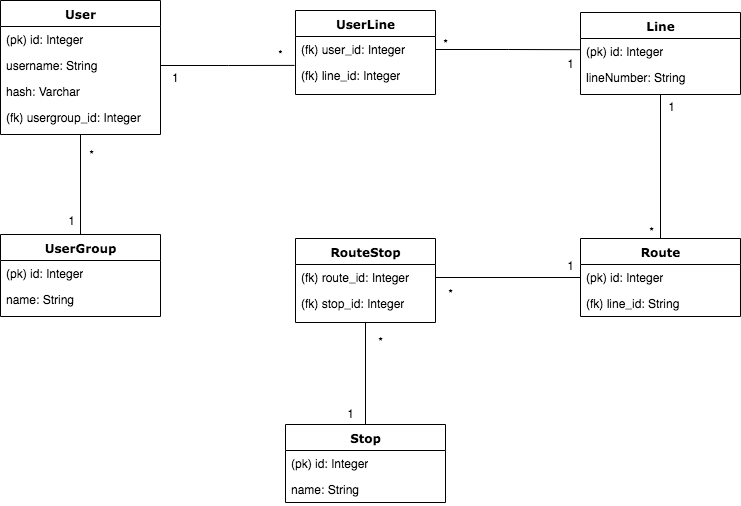
NiinaM/reitit keeps this draw.io diagram as documentation/tietokantakaavio.png. Above is the earlier version. Source tidied: cells renumbered, new cells last; positions are measured from the earlier drawing's top-left corner, leaving out a move shared by most shapes.
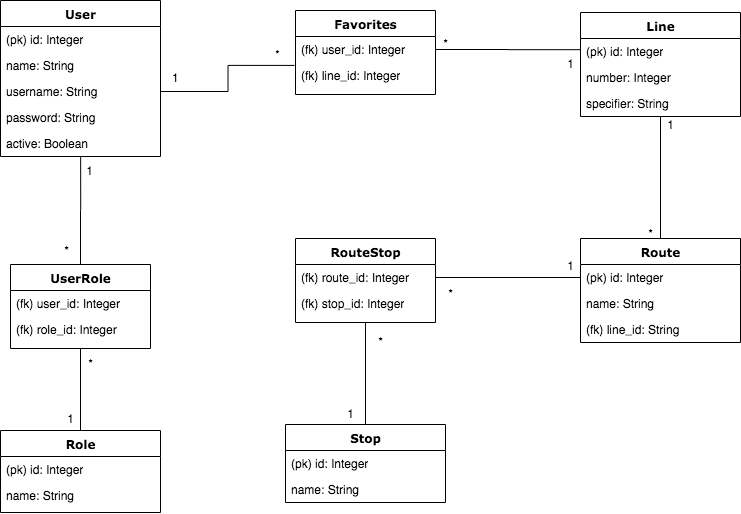
The same diagram one commit later.

The edit, as a diff of the source:
```diff
@@ -3,20 +3,23 @@
     <mxCell id="0" />
     <mxCell id="1" parent="0" />
     <mxCell id="2" value="User" style="swimlane;html=1;fontStyle=1;align=center;verticalAlign=top;horizontal=1;startSize=26;swimlaneFillColor=#ffffff;rounded=0;shadow=0;comic=0;labelBackgroundColor=none;strokeWidth=1;fillColor=none;fontFamily=Verdana;fontSize=12;" parent="1" vertex="1">
-      <mxGeometry width="160" height="134" as="geometry" />
+      <mxGeometry width="160" height="156" as="geometry" />
     </mxCell>
     <mxCell id="3" value="(pk) id: Integer" style="text;html=1;strokeColor=none;fillColor=none;align=left;verticalAlign=top;spacingLeft=4;spacingRight=4;whiteSpace=wrap;overflow=hidden;" parent="2" vertex="1">
       <mxGeometry y="26" width="160" height="26" as="geometry" />
     </mxCell>
+    <mxCell id="42" value="&lt;div&gt;name: String&lt;/div&gt;" style="text;html=1;strokeColor=none;fillColor=none;align=left;verticalAlign=top;spacingLeft=4;spacingRight=4;whiteSpace=wrap;overflow=hidden;" parent="2" vertex="1">
+      <mxGeometry y="52" width="160" height="26" as="geometry" />
+    </mxCell>
     <mxCell id="4" value="&lt;div&gt;username: String&lt;/div&gt;" style="text;html=1;strokeColor=none;fillColor=none;align=left;verticalAlign=top;spacingLeft=4;spacingRight=4;whiteSpace=wrap;overflow=hidden;points=[[0,0.5],[1,0.5]];portConstraint=eastwest;" parent="2" vertex="1">
-      <mxGeometry y="52" width="160" height="26" as="geometry" />
+      <mxGeometry y="78" width="160" height="26" as="geometry" />
     </mxCell>
+    <mxCell id="43" value="password: String" style="text;html=1;strokeColor=none;fillColor=none;align=left;verticalAlign=top;spacingLeft=4;spacingRight=4;whiteSpace=wrap;overflow=hidden;" parent="2" vertex="1">
+      <mxGeometry y="104" width="160" height="26" as="geometry" />
+    </mxCell>
-    <mxCell id="5" value="hash: Varchar" style="text;html=1;strokeColor=none;fillColor=none;align=left;verticalAlign=top;spacingLeft=4;spacingRight=4;whiteSpace=wrap;overflow=hidden;points=[[0,0.5],[1,0.5]];portConstraint=eastwest;" parent="2" vertex="1">
-      <mxGeometry y="78" width="160" height="26" as="geometry" />
+    <mxCell id="5" value="active: Boolean" style="text;html=1;strokeColor=none;fillColor=none;align=left;verticalAlign=top;spacingLeft=4;spacingRight=4;whiteSpace=wrap;overflow=hidden;points=[[0,0.5],[1,0.5]];portConstraint=eastwest;" parent="2" vertex="1">
+      <mxGeometry y="130" width="160" height="26" as="geometry" />
     </mxCell>
-    <mxCell id="6" value="(fk) usergroup_id: Integer" style="text;html=1;strokeColor=none;fillColor=none;align=left;verticalAlign=top;spacingLeft=4;spacingRight=4;whiteSpace=wrap;overflow=hidden;" parent="2" vertex="1">
-      <mxGeometry y="104" width="160" height="26" as="geometry" />
-    </mxCell>
     <mxCell id="7" style="edgeStyle=orthogonalEdgeStyle;rounded=0;jettySize=auto;html=1;exitX=0.5;exitY=1;exitDx=0;exitDy=0;entryX=0.5;entryY=0;entryDx=0;entryDy=0;endArrow=none;endFill=0;" parent="1" edge="1" source="10" target="25">
       <mxGeometry relative="1" as="geometry" />
     </mxCell>
@@ -31,13 +34,16 @@
       </mxGeometry>
     </mxCell>
     <mxCell id="10" value="Line" style="swimlane;html=1;fontStyle=1;align=center;verticalAlign=top;horizontal=1;startSize=26;swimlaneFillColor=#ffffff;rounded=0;shadow=0;comic=0;labelBackgroundColor=none;strokeWidth=1;fillColor=none;fontFamily=Verdana;fontSize=12;" parent="1" vertex="1">
-      <mxGeometry x="580" y="12" width="160" height="82" as="geometry" />
+      <mxGeometry x="580" y="12" width="160" height="104" as="geometry" />
     </mxCell>
     <mxCell id="11" value="(pk) id: Integer" style="text;html=1;strokeColor=none;fillColor=none;align=left;verticalAlign=top;spacingLeft=4;spacingRight=4;whiteSpace=wrap;overflow=hidden;" parent="10" vertex="1">
       <mxGeometry y="26" width="160" height="26" as="geometry" />
     </mxCell>
+    <mxCell id="44" value="&lt;div&gt;number: Integer&lt;/div&gt;" style="text;html=1;strokeColor=none;fillColor=none;align=left;verticalAlign=top;spacingLeft=4;spacingRight=4;whiteSpace=wrap;overflow=hidden;" parent="10" vertex="1">
+      <mxGeometry y="52" width="160" height="26" as="geometry" />
+    </mxCell>
-    <mxCell id="12" value="&lt;div&gt;lineNumber: String&lt;/div&gt;" style="text;html=1;strokeColor=none;fillColor=none;align=left;verticalAlign=top;spacingLeft=4;spacingRight=4;whiteSpace=wrap;overflow=hidden;" parent="10" vertex="1">
-      <mxGeometry y="52" width="160" height="26" as="geometry" />
+    <mxCell id="12" value="&lt;div&gt;specifier: String&lt;/div&gt;" style="text;html=1;strokeColor=none;fillColor=none;align=left;verticalAlign=top;spacingLeft=4;spacingRight=4;whiteSpace=wrap;overflow=hidden;" parent="10" vertex="1">
+      <mxGeometry y="78" width="160" height="26" as="geometry" />
     </mxCell>
     <mxCell id="13" style="edgeStyle=orthogonalEdgeStyle;rounded=0;jettySize=auto;html=1;exitX=0.5;exitY=0;exitDx=0;exitDy=0;entryX=0.5;entryY=1;entryDx=0;entryDy=0;endArrow=none;endFill=0;" parent="1" edge="1" source="14" target="28">
       <mxGeometry relative="1" as="geometry" />
@@ -51,7 +57,7 @@
     <mxCell id="16" value="name: String" style="text;html=1;strokeColor=none;fillColor=none;align=left;verticalAlign=top;spacingLeft=4;spacingRight=4;whiteSpace=wrap;overflow=hidden;" parent="14" vertex="1">
       <mxGeometry y="52" width="160" height="26" as="geometry" />
     </mxCell>
-    <mxCell id="17" value="&lt;div&gt;UserLine&lt;/div&gt;" style="swimlane;html=1;fontStyle=1;align=center;verticalAlign=top;horizontal=1;startSize=26;swimlaneFillColor=#ffffff;rounded=0;shadow=0;comic=0;labelBackgroundColor=none;strokeWidth=1;fillColor=none;fontFamily=Verdana;fontSize=12;" parent="1" vertex="1">
+    <mxCell id="17" value="Favorites" style="swimlane;html=1;fontStyle=1;align=center;verticalAlign=top;horizontal=1;startSize=26;swimlaneFillColor=#ffffff;rounded=0;shadow=0;comic=0;labelBackgroundColor=none;strokeWidth=1;fillColor=none;fontFamily=Verdana;fontSize=12;" parent="1" vertex="1">
       <mxGeometry x="295" y="10" width="140" height="84" as="geometry" />
     </mxCell>
     <mxCell id="18" value="(fk) user_id: Integer" style="text;html=1;strokeColor=none;fillColor=none;align=left;verticalAlign=top;spacingLeft=4;spacingRight=4;whiteSpace=wrap;overflow=hidden;points=[[0,0.5],[1,0.5]];portConstraint=eastwest;" parent="17" vertex="1">
@@ -78,13 +84,16 @@
       <mxGeometry x="560" y="54" width="20" height="20" as="geometry" />
     </mxCell>
     <mxCell id="25" value="Route" style="swimlane;html=1;fontStyle=1;align=center;verticalAlign=top;horizontal=1;startSize=26;swimlaneFillColor=#ffffff;rounded=0;shadow=0;comic=0;labelBackgroundColor=none;strokeWidth=1;fillColor=none;fontFamily=Verdana;fontSize=12;" parent="1" vertex="1">
-      <mxGeometry x="580" y="238" width="160" height="78" as="geometry" />
+      <mxGeometry x="580" y="238" width="160" height="104" as="geometry" />
     </mxCell>
     <mxCell id="26" value="(pk) id: Integer" style="text;html=1;strokeColor=none;fillColor=none;align=left;verticalAlign=top;spacingLeft=4;spacingRight=4;whiteSpace=wrap;overflow=hidden;points=[[0,0.5],[1,0.5]];portConstraint=eastwest;" parent="25" vertex="1">
       <mxGeometry y="26" width="160" height="26" as="geometry" />
     </mxCell>
+    <mxCell id="45" value="name: String" style="text;html=1;strokeColor=none;fillColor=none;align=left;verticalAlign=top;spacingLeft=4;spacingRight=4;whiteSpace=wrap;overflow=hidden;" parent="25" vertex="1">
+      <mxGeometry y="52" width="160" height="26" as="geometry" />
+    </mxCell>
     <mxCell id="27" value="(fk) line_id: String" style="text;html=1;strokeColor=none;fillColor=none;align=left;verticalAlign=top;spacingLeft=4;spacingRight=4;whiteSpace=wrap;overflow=hidden;" parent="25" vertex="1">
-      <mxGeometry y="52" width="160" height="26" as="geometry" />
+      <mxGeometry y="78" width="160" height="26" as="geometry" />
     </mxCell>
     <mxCell id="28" value="RouteStop" style="swimlane;html=1;fontStyle=1;align=center;verticalAlign=top;horizontal=1;startSize=26;swimlaneFillColor=#ffffff;rounded=0;shadow=0;comic=0;labelBackgroundColor=none;strokeWidth=1;fillColor=none;fontFamily=Verdana;fontSize=12;" parent="1" vertex="1">
       <mxGeometry x="295" y="238" width="140" height="84" as="geometry" />
@@ -110,7 +119,7 @@
     <mxCell id="35" value="1" style="text;html=1;align=center;verticalAlign=middle;" parent="1" vertex="1">
       <mxGeometry x="560" y="256.3" width="20" height="20" as="geometry" />
     </mxCell>
-    <mxCell id="36" style="edgeStyle=orthogonalEdgeStyle;rounded=0;jettySize=auto;html=1;exitX=0.5;exitY=0;exitDx=0;exitDy=0;entryX=0.5;entryY=1;entryDx=0;entryDy=0;endArrow=none;endFill=0;" parent="1" edge="1" source="39" target="2">
+    <mxCell id="36" style="edgeStyle=orthogonalEdgeStyle;rounded=0;jettySize=auto;html=1;exitX=0.5;exitY=0;exitDx=0;exitDy=0;entryX=0.5;entryY=1;entryDx=0;entryDy=0;endArrow=none;endFill=0;" parent="1" edge="1" source="39" target="47">
       <mxGeometry relative="1" as="geometry" />
     </mxCell>
     <mxCell id="37" value="1" style="text;html=1;align=center;verticalAlign=middle;labelBackgroundColor=#ffffff;" parent="36" vertex="1">
@@ -123,8 +132,8 @@
         <mxPoint x="12" y="-6" as="offset" />
       </mxGeometry>
     </mxCell>
-    <mxCell id="39" value="UserGroup" style="swimlane;html=1;fontStyle=1;align=center;verticalAlign=top;horizontal=1;startSize=26;swimlaneFillColor=#ffffff;rounded=0;shadow=0;comic=0;labelBackgroundColor=none;strokeWidth=1;fillColor=none;fontFamily=Verdana;fontSize=12;" parent="1" vertex="1">
-      <mxGeometry y="234" width="160" height="82" as="geometry" />
+    <mxCell id="39" value="Role" style="swimlane;html=1;fontStyle=1;align=center;verticalAlign=top;horizontal=1;startSize=26;swimlaneFillColor=#ffffff;rounded=0;shadow=0;comic=0;labelBackgroundColor=none;strokeWidth=1;fillColor=none;fontFamily=Verdana;fontSize=12;" parent="1" vertex="1">
+      <mxGeometry y="430" width="160" height="82" as="geometry" />
     </mxCell>
     <mxCell id="40" value="(pk) id: Integer" style="text;html=1;strokeColor=none;fillColor=none;align=left;verticalAlign=top;spacingLeft=4;spacingRight=4;whiteSpace=wrap;overflow=hidden;" parent="39" vertex="1">
       <mxGeometry y="26" width="160" height="26" as="geometry" />
@@ -132,5 +141,27 @@
     <mxCell id="41" value="name: String" style="text;html=1;strokeColor=none;fillColor=none;align=left;verticalAlign=top;spacingLeft=4;spacingRight=4;whiteSpace=wrap;overflow=hidden;" parent="39" vertex="1">
       <mxGeometry y="52" width="160" height="26" as="geometry" />
     </mxCell>
+    <mxCell id="46" style="edgeStyle=orthogonalEdgeStyle;rounded=0;jettySize=auto;html=1;exitX=0.5;exitY=0;exitDx=0;exitDy=0;entryX=0.501;entryY=1.022;entryDx=0;entryDy=0;endArrow=none;endFill=0;entryPerimeter=0;" parent="1" edge="1" source="47" target="5">
+      <mxGeometry relative="1" as="geometry" />
+    </mxCell>
+    <mxCell id="47" value="UserRole" style="swimlane;html=1;fontStyle=1;align=center;verticalAlign=top;horizontal=1;startSize=26;swimlaneFillColor=#ffffff;rounded=0;shadow=0;comic=0;labelBackgroundColor=none;strokeWidth=1;fillColor=none;fontFamily=Verdana;fontSize=12;" parent="1" vertex="1">
+      <mxGeometry x="10" y="264" width="140" height="84" as="geometry" />
+    </mxCell>
+    <mxCell id="48" value="(fk) user_id: Integer" style="text;html=1;strokeColor=none;fillColor=none;align=left;verticalAlign=top;spacingLeft=4;spacingRight=4;whiteSpace=wrap;overflow=hidden;" parent="47" vertex="1">
+      <mxGeometry y="26" width="140" height="26" as="geometry" />
+    </mxCell>
+    <mxCell id="49" value="(fk) role_id: Integer" style="text;html=1;strokeColor=none;fillColor=none;align=left;verticalAlign=top;spacingLeft=4;spacingRight=4;whiteSpace=wrap;overflow=hidden;" parent="47" vertex="1">
+      <mxGeometry y="52" width="140" height="26" as="geometry" />
+    </mxCell>
+    <mxCell id="50" value="*" style="text;html=1;align=center;verticalAlign=middle;labelBackgroundColor=#ffffff;" parent="1" vertex="1">
+      <mxGeometry x="54" y="257" as="geometry">
+        <mxPoint x="12" y="-6" as="offset" />
+      </mxGeometry>
+    </mxCell>
+    <mxCell id="51" value="1" style="text;html=1;align=center;verticalAlign=middle;labelBackgroundColor=#ffffff;" parent="1" vertex="1">
+      <mxGeometry x="98" y="171" as="geometry">
+        <mxPoint x="-9" as="offset" />
+      </mxGeometry>
+    </mxCell>
   </root>
 </mxGraphModel>
```
